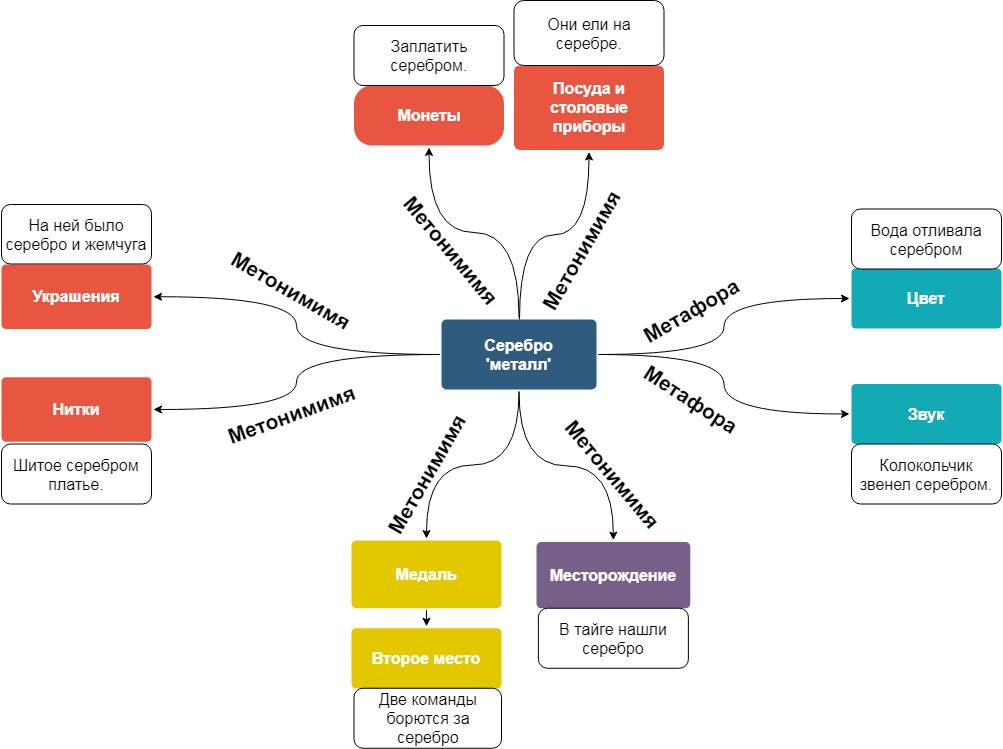
JanaKoko/try keeps this draw.io diagram as silver.png. Above is the earlier version. Source tidied: cells renumbered, new cells last; positions are measured from the earlier drawing's top-left corner, leaving out a move shared by most shapes.
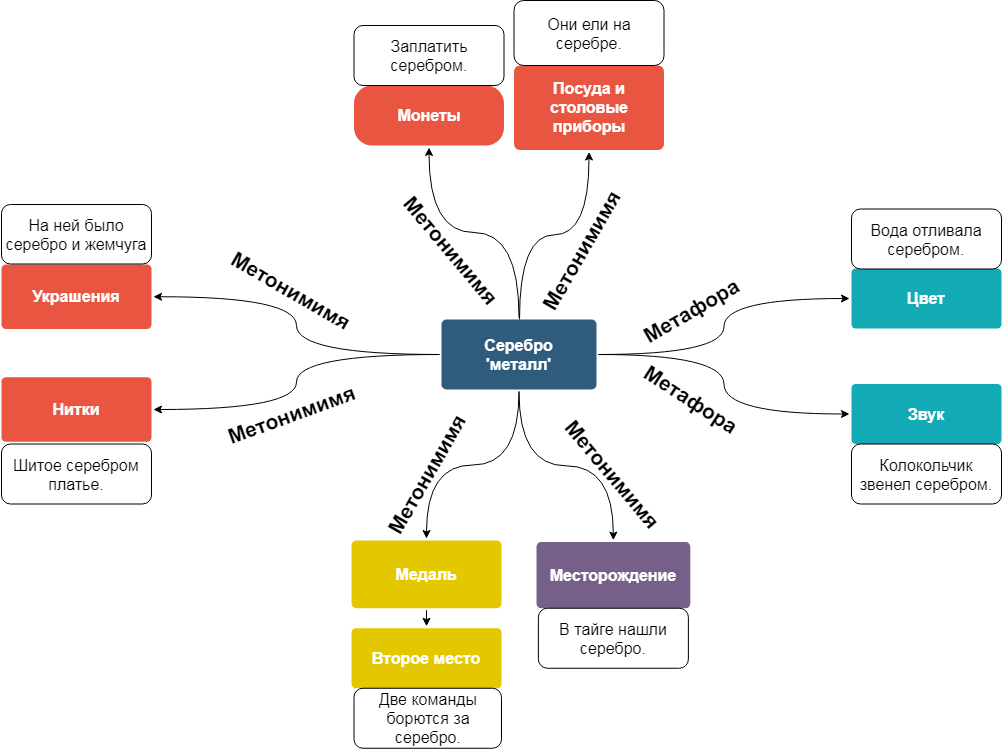
Above is the later version.

The edit, as a diff of the source:
```diff
@@ -64,7 +64,7 @@
     <mxCell id="21" value="Нитки" style="rounded=1;whiteSpace=wrap;html=1;shadow=0;labelBackgroundColor=none;strokeColor=none;strokeWidth=3;fillColor=#e85642;fontFamily=Helvetica;fontSize=16;fontColor=#FFFFFF;align=center;spacing=5;fontStyle=1;arcSize=7;perimeterSpacing=2;" parent="1" vertex="1">
       <mxGeometry y="376.8" width="150" height="64.5" as="geometry" />
     </mxCell>
-    <mxCell id="22" value="Вода отливала серебром" style="rounded=1;whiteSpace=wrap;html=1;fontSize=16;" parent="1" vertex="1">
+    <mxCell id="22" value="Вода отливала серебром." style="rounded=1;whiteSpace=wrap;html=1;fontSize=16;" parent="1" vertex="1">
       <mxGeometry x="850" y="208.5" width="150" height="60" as="geometry" />
     </mxCell>
     <mxCell id="23" value="Колокольчик звенел серебром." style="rounded=1;whiteSpace=wrap;html=1;fontSize=16;" parent="1" vertex="1">
@@ -73,13 +73,13 @@
     <mxCell id="24" value="Второе место" style="rounded=1;whiteSpace=wrap;html=1;shadow=0;labelBackgroundColor=none;strokeWidth=3;fillColor=#e3c800;fontFamily=Helvetica;fontSize=16;align=center;spacing=5;fontStyle=1;arcSize=7;perimeterSpacing=2;fontColor=#ffffff;strokeColor=none;" parent="1" vertex="1">
       <mxGeometry x="350" y="627.8" width="150" height="60" as="geometry" />
     </mxCell>
-    <mxCell id="25" value="Две команды борются за серебро" style="rounded=1;whiteSpace=wrap;html=1;fontSize=16;" parent="1" vertex="1">
+    <mxCell id="25" value="Две команды борются за серебро." style="rounded=1;whiteSpace=wrap;html=1;fontSize=16;" parent="1" vertex="1">
       <mxGeometry x="352.5" y="687.8" width="147.5" height="60" as="geometry" />
     </mxCell>
     <mxCell id="26" value="Месторождение" style="rounded=1;whiteSpace=wrap;html=1;shadow=0;labelBackgroundColor=none;strokeWidth=3;fillColor=#76608a;fontFamily=Helvetica;fontSize=16;fontColor=#ffffff;align=center;spacing=5;fontStyle=1;arcSize=7;perimeterSpacing=2;strokeColor=none;" parent="1" vertex="1">
       <mxGeometry x="535" y="541.6" width="153.8" height="66.1" as="geometry" />
     </mxCell>
-    <mxCell id="27" value="В тайге нашли серебро" style="rounded=1;whiteSpace=wrap;html=1;fontSize=16;" parent="1" vertex="1">
+    <mxCell id="27" value="В тайге нашли серебро." style="rounded=1;whiteSpace=wrap;html=1;fontSize=16;" parent="1" vertex="1">
       <mxGeometry x="536.9" y="607.8" width="150" height="60" as="geometry" />
     </mxCell>
     <mxCell id="28" value="Шитое серебром платье." style="rounded=1;whiteSpace=wrap;html=1;fontSize=16;" parent="1" vertex="1">
```
